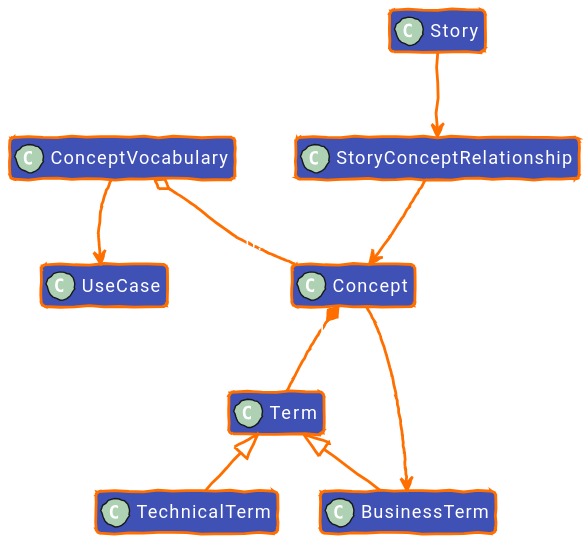
Earlier version of the PlantUML export diagrams/out/uctm-concept_dark.svg (EKGF/ekg-method). The source it was exported from:
```plantuml
@startuml
!option handwritten true
!define BG_MAIN_COLOR      #4051b5
!define BG_SECONDARY_COLOR #4051b5
!define BG_PACKAGE_COLOR   #4051b5
!define BORDER_COLOR       #ff6f00
!define FONT_COLOR         #ffffff
!define ARROW_COLOR        #ff6f00

skinparam backgroundColor transparent

skinparam Padding 2
skinparam RoundCorner 6
skinparam Shadowing false
skinparam HyperlinkUnderline true
skinparam HyperlinkColor #ff6f00
skinparam ranksep 40
skinparam nodesep 30

skinparam Default {
FontName "Roboto"
FontColor FONT_COLOR
FontSize 13
}

skinparam Arrow {
Color ARROW_COLOR
FontColor #ffffff
FontStyle normal
Thickness 2
}

skinparam class {
BackgroundColor BG_MAIN_COLOR
BorderColor BORDER_COLOR
BorderThickness 2
FontColor FONT_COLOR
AttributeFontColor FONT_COLOR
ArrowColor ARROW_COLOR
ArrowThickness 2
}

skinparam package {
FontColor FONT_COLOR
BackgroundColor BG_MAIN_COLOR
BorderColor BORDER_COLOR
}

skinparam state {
BackgroundColor BG_MAIN_COLOR
FontColor FONT_COLOR
AttributeFontColor FONT_COLOR
ArrowColor ARROW_COLOR
BorderColor BORDER_COLOR
BorderThickness 2
StartColor #ffffff
EndColor #ffffff
}

skinparam StateStartColor #ffffff
skinparam StateEndColor #ffffff
skinparam StateStartBackgroundColor #ffffff
skinparam StateEndBackgroundColor #ffffff
skinparam StateStartBorderColor #ffffff
skinparam StateEndBorderColor #ffffff
skinparam StateStartFillColor #ffffff
skinparam StateEndFillColor #ffffff

top to bottom direction
hide members

class "Concept" as Concept [[/concept/concept/#ontology]]
class "Term" as Term [[/concept/term/#ontology]]
class "BusinessTerm" as BusinessTerm
class "TechnicalTerm" as TechnicalTerm
class "ConceptVocabulary" as ConceptVocabulary
class "UseCase" as UseCase [[/concept/use-case/#ontology]]
class "Story" as Story [[/concept/story/#ontology]]
class "StoryConceptRelationship" as StoryConceptRelationship

Term <|-- BusinessTerm
Term <|-- TechnicalTerm

Concept "1" *-- "1..*" Term : :term
Concept "0..1" --> "1" BusinessTerm : :labelTerm

ConceptVocabulary "1" o-- "0..*" Concept : skos:inScheme
ConceptVocabulary "0..*" --> "1" UseCase : :useCase

Story "0..*" --> "1" StoryConceptRelationship : :storyConcept
StoryConceptRelationship --> Concept : :concept
@enduml
```
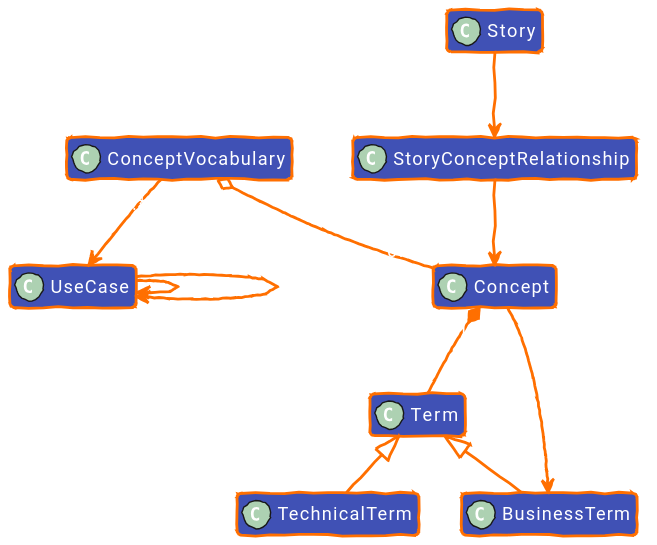
Above is the later version.

What changed in the source:
```diff
@@ -71,12 +71,12 @@
 
 class "Concept" as Concept [[/concept/concept/#ontology]]
 class "Term" as Term [[/concept/term/#ontology]]
-class "BusinessTerm" as BusinessTerm
-class "TechnicalTerm" as TechnicalTerm
-class "ConceptVocabulary" as ConceptVocabulary
+class "BusinessTerm" as BusinessTerm [[/concept/term/business-term/#ontology]]
+class "TechnicalTerm" as TechnicalTerm [[/concept/term/technical-term/#ontology]]
+class "ConceptVocabulary" as ConceptVocabulary [[/concept/concept/concept-vocabulary/#ontology]]
 class "UseCase" as UseCase [[/concept/use-case/#ontology]]
 class "Story" as Story [[/concept/story/#ontology]]
-class "StoryConceptRelationship" as StoryConceptRelationship
+class "StoryConceptRelationship" as StoryConceptRelationship [[/concept/concept/story-concept-relationship/#ontology]]
 
 Term <|-- BusinessTerm
 Term <|-- TechnicalTerm
@@ -87,6 +87,9 @@
 ConceptVocabulary "1" o-- "0..*" Concept : skos:inScheme
 ConceptVocabulary "0..*" --> "1" UseCase : :useCase
 
+UseCase "0..*" --> "0..1" UseCase : :isPartOf
+UseCase "0..*" --> "0..*" UseCase : :isUsedIn
+
 Story "0..*" --> "1" StoryConceptRelationship : :storyConcept
 StoryConceptRelationship --> Concept : :concept
 @enduml
```
